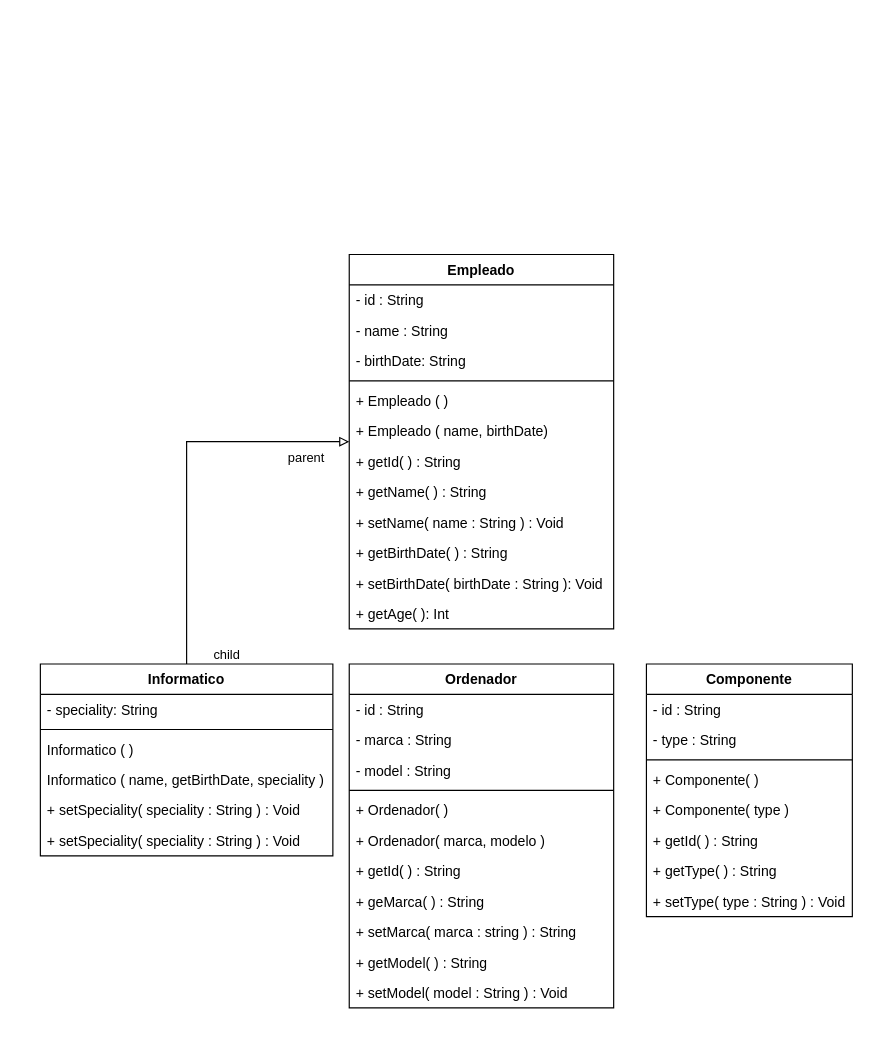
soyHiwan/DAM-Cesur keeps this draw.io diagram as PRO/03-Tarea/03-Tarea-01_1.drawio. Above is the earlier version. Source tidied: cells renumbered, new cells numbered last; positions are measured from the earlier drawing's top-left corner, leaving out a move shared by most shapes. Both pictures are drawn from the tidied source at 117%, with x=0, y=0 at pixel (40, 254).
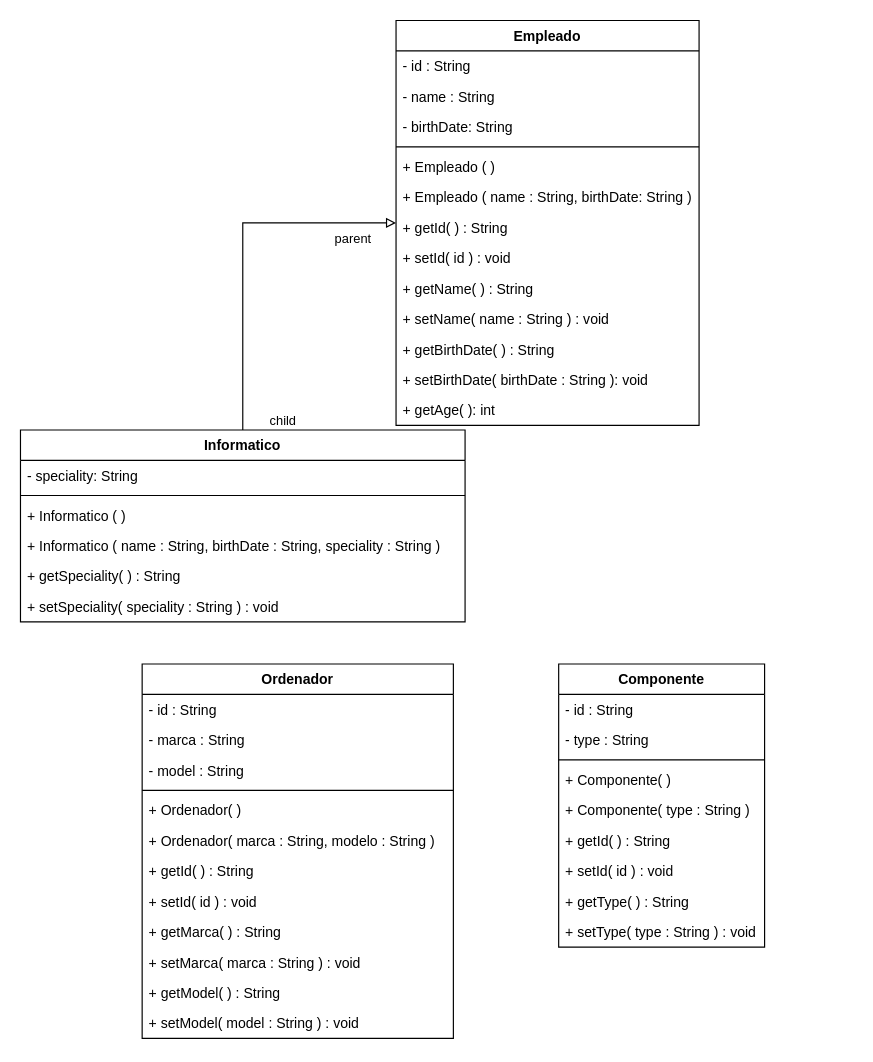
After the change.

What changed in the source:
```diff
@@
     <mxCell id="2" value="Empleado" style="swimlane;fontStyle=1;align=center;verticalAlign=top;horizontal=1;startSize=26;whiteSpace=wrap;html=1;" parent="1" vertex="1">
-      <mxGeometry x="264" width="226" height="320" as="geometry" />
+      <mxGeometry x="304" y="-200" width="259" height="346" as="geometry" />
     </mxCell>
     <mxCell id="3" value="- id : String" style="text;strokeColor=none;fillColor=none;align=left;verticalAlign=top;spacingLeft=4;spacingRight=4;overflow=hidden;whiteSpace=wrap;html=1;" parent="2" vertex="1">
-      <mxGeometry y="26" width="226" height="26" as="geometry" />
+      <mxGeometry y="26" width="259" height="26" as="geometry" />
     </mxCell>
     <mxCell id="4" value="- name : String" style="text;strokeColor=none;fillColor=none;align=left;verticalAlign=top;spacingLeft=4;spacingRight=4;overflow=hidden;whiteSpace=wrap;html=1;" parent="2" vertex="1">
-      <mxGeometry y="52" width="226" height="26" as="geometry" />
+      <mxGeometry y="52" width="259" height="26" as="geometry" />
     </mxCell>
     <mxCell id="5" value="- birthDate: String" style="text;strokeColor=none;fillColor=none;align=left;verticalAlign=top;spacingLeft=4;spacingRight=4;overflow=hidden;whiteSpace=wrap;html=1;" parent="2" vertex="1">
-      <mxGeometry y="78" width="226" height="26" as="geometry" />
+      <mxGeometry y="78" width="259" height="26" as="geometry" />
     </mxCell>
     <mxCell id="6" style="line;strokeWidth=1;fillColor=none;align=left;verticalAlign=middle;spacingTop=-1;spacingLeft=3;spacingRight=3;labelPosition=right;strokeColor=inherit;labelPerimeter=1;" parent="2" vertex="1">
-      <mxGeometry y="104" width="226" height="8" as="geometry" />
+      <mxGeometry y="104" width="259" height="8" as="geometry" />
     </mxCell>
     <mxCell id="7" value="+ Empleado ( )" style="text;strokeColor=none;fillColor=none;align=left;verticalAlign=top;spacingLeft=4;spacingRight=4;overflow=hidden;whiteSpace=wrap;html=1;" parent="2" vertex="1">
-      <mxGeometry y="112" width="226" height="26" as="geometry" />
+      <mxGeometry y="112" width="259" height="26" as="geometry" />
     </mxCell>
-    <mxCell id="8" value="+ Empleado ( name, birthDate)" style="text;strokeColor=none;fillColor=none;align=left;verticalAlign=top;spacingLeft=4;spacingRight=4;overflow=hidden;whiteSpace=wrap;html=1;" parent="2" vertex="1">
-      <mxGeometry y="138" width="226" height="26" as="geometry" />
+    <mxCell id="8" value="+ Empleado ( name : String, birthDate: String )" style="text;strokeColor=none;fillColor=none;align=left;verticalAlign=top;spacingLeft=4;spacingRight=4;overflow=hidden;whiteSpace=wrap;html=1;" parent="2" vertex="1">
+      <mxGeometry y="138" width="259" height="26" as="geometry" />
     </mxCell>
     <mxCell id="9" value="+ getId( ) : String" style="text;strokeColor=none;fillColor=none;align=left;verticalAlign=top;spacingLeft=4;spacingRight=4;overflow=hidden;whiteSpace=wrap;html=1;" parent="2" vertex="1">
-      <mxGeometry y="164" width="226" height="26" as="geometry" />
+      <mxGeometry y="164" width="259" height="26" as="geometry" />
     </mxCell>
+    <mxCell id="46" value="+ setId( id ) : void" style="text;strokeColor=none;fillColor=none;align=left;verticalAlign=top;spacingLeft=4;spacingRight=4;overflow=hidden;whiteSpace=wrap;html=1;" parent="2" vertex="1">
+      <mxGeometry y="190" width="259" height="26" as="geometry" />
+    </mxCell>
     <mxCell id="10" value="+ getName( ) : String" style="text;strokeColor=none;fillColor=none;align=left;verticalAlign=top;spacingLeft=4;spacingRight=4;overflow=hidden;whiteSpace=wrap;html=1;" parent="2" vertex="1">
-      <mxGeometry y="190" width="226" height="26" as="geometry" />
+      <mxGeometry y="216" width="259" height="26" as="geometry" />
     </mxCell>
-    <mxCell id="11" value="+ setName( name : String ) : Void" style="text;strokeColor=none;fillColor=none;align=left;verticalAlign=top;spacingLeft=4;spacingRight=4;overflow=hidden;whiteSpace=wrap;html=1;" parent="2" vertex="1">
-      <mxGeometry y="216" width="226" height="26" as="geometry" />
+    <mxCell id="11" value="+ setName( name : String ) : void" style="text;strokeColor=none;fillColor=none;align=left;verticalAlign=top;spacingLeft=4;spacingRight=4;overflow=hidden;whiteSpace=wrap;html=1;" parent="2" vertex="1">
+      <mxGeometry y="242" width="259" height="26" as="geometry" />
     </mxCell>
     <mxCell id="12" value="+ getBirthDate( ) : String" style="text;strokeColor=none;fillColor=none;align=left;verticalAlign=top;spacingLeft=4;spacingRight=4;overflow=hidden;whiteSpace=wrap;html=1;" parent="2" vertex="1">
-      <mxGeometry y="242" width="226" height="26" as="geometry" />
+      <mxGeometry y="268" width="259" height="26" as="geometry" />
     </mxCell>
-    <mxCell id="13" value="+ setBirthDate( birthDate : String ): Void" style="text;strokeColor=none;fillColor=none;align=left;verticalAlign=top;spacingLeft=4;spacingRight=4;overflow=hidden;whiteSpace=wrap;html=1;" parent="2" vertex="1">
-      <mxGeometry y="268" width="226" height="26" as="geometry" />
+    <mxCell id="13" value="+ setBirthDate( birthDate : String ): void" style="text;strokeColor=none;fillColor=none;align=left;verticalAlign=top;spacingLeft=4;spacingRight=4;overflow=hidden;whiteSpace=wrap;html=1;" parent="2" vertex="1">
+      <mxGeometry y="294" width="259" height="26" as="geometry" />
     </mxCell>
-    <mxCell id="14" value="+ getAge( ): Int" style="text;strokeColor=none;fillColor=none;align=left;verticalAlign=top;spacingLeft=4;spacingRight=4;overflow=hidden;whiteSpace=wrap;html=1;" parent="2" vertex="1">
-      <mxGeometry y="294" width="226" height="26" as="geometry" />
+    <mxCell id="14" value="+ getAge( ): int" style="text;strokeColor=none;fillColor=none;align=left;verticalAlign=top;spacingLeft=4;spacingRight=4;overflow=hidden;whiteSpace=wrap;html=1;" parent="2" vertex="1">
+      <mxGeometry y="320" width="259" height="26" as="geometry" />
     </mxCell>
     <mxCell id="15" value="Informatico" style="swimlane;fontStyle=1;align=center;verticalAlign=top;horizontal=1;startSize=26;whiteSpace=wrap;html=1;" parent="1" vertex="1">
-      <mxGeometry y="350" width="250" height="164" as="geometry" />
+      <mxGeometry x="-17" y="150" width="380" height="164" as="geometry" />
     </mxCell>
     <mxCell id="16" value="- speciality: String" style="text;strokeColor=none;fillColor=none;align=left;verticalAlign=top;spacingLeft=4;spacingRight=4;overflow=hidden;whiteSpace=wrap;html=1;" parent="15" vertex="1">
-      <mxGeometry y="26" width="250" height="26" as="geometry" />
+      <mxGeometry y="26" width="380" height="26" as="geometry" />
     </mxCell>
     <mxCell id="17" style="line;strokeWidth=1;fillColor=none;align=left;verticalAlign=middle;spacingTop=-1;spacingLeft=3;spacingRight=3;labelPosition=right;strokeColor=inherit;labelPerimeter=1;" parent="15" vertex="1">
-      <mxGeometry y="52" width="250" height="8" as="geometry" />
+      <mxGeometry y="52" width="380" height="8" as="geometry" />
     </mxCell>
-    <mxCell id="18" value="Informatico ( )" style="text;strokeColor=none;fillColor=none;align=left;verticalAlign=top;spacingLeft=4;spacingRight=4;overflow=hidden;whiteSpace=wrap;html=1;" parent="15" vertex="1">
-      <mxGeometry y="60" width="250" height="26" as="geometry" />
+    <mxCell id="18" value="+ Informatico ( )" style="text;strokeColor=none;fillColor=none;align=left;verticalAlign=top;spacingLeft=4;spacingRight=4;overflow=hidden;whiteSpace=wrap;html=1;" parent="15" vertex="1">
+      <mxGeometry y="60" width="380" height="26" as="geometry" />
     </mxCell>
-    <mxCell id="19" value="Informatico ( name, getBirthDate, speciality )" style="text;strokeColor=none;fillColor=none;align=left;verticalAlign=top;spacingLeft=4;spacingRight=4;overflow=hidden;whiteSpace=wrap;html=1;" parent="15" vertex="1">
-      <mxGeometry y="86" width="250" height="26" as="geometry" />
+    <mxCell id="19" value="+ Informatico ( name : String, birthDate : String, speciality : String )" style="text;strokeColor=none;fillColor=none;align=left;verticalAlign=top;spacingLeft=4;spacingRight=4;overflow=hidden;whiteSpace=wrap;html=1;" parent="15" vertex="1">
+      <mxGeometry y="86" width="380" height="26" as="geometry" />
     </mxCell>
-    <mxCell id="20" value="+ setSpeciality( speciality : String ) : Void" style="text;strokeColor=none;fillColor=none;align=left;verticalAlign=top;spacingLeft=4;spacingRight=4;overflow=hidden;whiteSpace=wrap;html=1;" parent="15" vertex="1">
-      <mxGeometry y="112" width="250" height="26" as="geometry" />
+    <mxCell id="20" value="+ getSpeciality( ) : String" style="text;strokeColor=none;fillColor=none;align=left;verticalAlign=top;spacingLeft=4;spacingRight=4;overflow=hidden;whiteSpace=wrap;html=1;" parent="15" vertex="1">
+      <mxGeometry y="112" width="380" height="26" as="geometry" />
     </mxCell>
-    <mxCell id="21" value="+ setSpeciality( speciality : String ) : Void" style="text;strokeColor=none;fillColor=none;align=left;verticalAlign=top;spacingLeft=4;spacingRight=4;overflow=hidden;whiteSpace=wrap;html=1;" parent="15" vertex="1">
-      <mxGeometry y="138" width="250" height="26" as="geometry" />
+    <mxCell id="21" value="+ setSpeciality( speciality : String ) : void" style="text;strokeColor=none;fillColor=none;align=left;verticalAlign=top;spacingLeft=4;spacingRight=4;overflow=hidden;whiteSpace=wrap;html=1;" parent="15" vertex="1">
+      <mxGeometry y="138" width="380" height="26" as="geometry" />
     </mxCell>
@@
     <mxCell id="25" value="Ordenador" style="swimlane;fontStyle=1;align=center;verticalAlign=top;horizontal=1;startSize=26;whiteSpace=wrap;html=1;" parent="1" vertex="1">
-      <mxGeometry x="264" y="350" width="226" height="294" as="geometry" />
+      <mxGeometry x="87" y="350" width="266" height="320" as="geometry" />
     </mxCell>
     <mxCell id="26" value="- id : String" style="text;strokeColor=none;fillColor=none;align=left;verticalAlign=top;spacingLeft=4;spacingRight=4;overflow=hidden;whiteSpace=wrap;html=1;" parent="25" vertex="1">
-      <mxGeometry y="26" width="226" height="26" as="geometry" />
+      <mxGeometry y="26" width="266" height="26" as="geometry" />
     </mxCell>
     <mxCell id="27" value="- marca : String" style="text;strokeColor=none;fillColor=none;align=left;verticalAlign=top;spacingLeft=4;spacingRight=4;overflow=hidden;whiteSpace=wrap;html=1;" parent="25" vertex="1">
-      <mxGeometry y="52" width="226" height="26" as="geometry" />
+      <mxGeometry y="52" width="266" height="26" as="geometry" />
     </mxCell>
     <mxCell id="28" value="- model : String" style="text;strokeColor=none;fillColor=none;align=left;verticalAlign=top;spacingLeft=4;spacingRight=4;overflow=hidden;whiteSpace=wrap;html=1;" parent="25" vertex="1">
-      <mxGeometry y="78" width="226" height="26" as="geometry" />
+      <mxGeometry y="78" width="266" height="26" as="geometry" />
     </mxCell>
     <mxCell id="29" style="line;strokeWidth=1;fillColor=none;align=left;verticalAlign=middle;spacingTop=-1;spacingLeft=3;spacingRight=3;labelPosition=right;strokeColor=inherit;labelPerimeter=1;" parent="25" vertex="1">
-      <mxGeometry y="104" width="226" height="8" as="geometry" />
+      <mxGeometry y="104" width="266" height="8" as="geometry" />
     </mxCell>
     <mxCell id="30" value="+ Ordenador( )" style="text;strokeColor=none;fillColor=none;align=left;verticalAlign=top;spacingLeft=4;spacingRight=4;overflow=hidden;whiteSpace=wrap;html=1;" parent="25" vertex="1">
-      <mxGeometry y="112" width="226" height="26" as="geometry" />
+      <mxGeometry y="112" width="266" height="26" as="geometry" />
     </mxCell>
-    <mxCell id="31" value="+ Ordenador( marca, modelo )" style="text;strokeColor=none;fillColor=none;align=left;verticalAlign=top;spacingLeft=4;spacingRight=4;overflow=hidden;whiteSpace=wrap;html=1;" parent="25" vertex="1">
-      <mxGeometry y="138" width="226" height="26" as="geometry" />
+    <mxCell id="31" value="+ Ordenador( marca : String, modelo : String )" style="text;strokeColor=none;fillColor=none;align=left;verticalAlign=top;spacingLeft=4;spacingRight=4;overflow=hidden;whiteSpace=wrap;html=1;" parent="25" vertex="1">
+      <mxGeometry y="138" width="266" height="26" as="geometry" />
     </mxCell>
     <mxCell id="32" value="+ getId( ) : String" style="text;strokeColor=none;fillColor=none;align=left;verticalAlign=top;spacingLeft=4;spacingRight=4;overflow=hidden;whiteSpace=wrap;html=1;" parent="25" vertex="1">
-      <mxGeometry y="164" width="226" height="26" as="geometry" />
+      <mxGeometry y="164" width="266" height="26" as="geometry" />
     </mxCell>
+    <mxCell id="47" value="+ setId( id ) : void" style="text;strokeColor=none;fillColor=none;align=left;verticalAlign=top;spacingLeft=4;spacingRight=4;overflow=hidden;whiteSpace=wrap;html=1;" parent="25" vertex="1">
+      <mxGeometry y="190" width="266" height="26" as="geometry" />
+    </mxCell>
-    <mxCell id="33" value="+ geMarca( ) : String" style="text;strokeColor=none;fillColor=none;align=left;verticalAlign=top;spacingLeft=4;spacingRight=4;overflow=hidden;whiteSpace=wrap;html=1;" parent="25" vertex="1">
-      <mxGeometry y="190" width="226" height="26" as="geometry" />
+    <mxCell id="33" value="+ getMarca( ) : String" style="text;strokeColor=none;fillColor=none;align=left;verticalAlign=top;spacingLeft=4;spacingRight=4;overflow=hidden;whiteSpace=wrap;html=1;" parent="25" vertex="1">
+      <mxGeometry y="216" width="266" height="26" as="geometry" />
     </mxCell>
-    <mxCell id="34" value="+ setMarca( marca : string ) : String" style="text;strokeColor=none;fillColor=none;align=left;verticalAlign=top;spacingLeft=4;spacingRight=4;overflow=hidden;whiteSpace=wrap;html=1;" parent="25" vertex="1">
-      <mxGeometry y="216" width="226" height="26" as="geometry" />
+    <mxCell id="34" value="+ setMarca( marca : String ) : void" style="text;strokeColor=none;fillColor=none;align=left;verticalAlign=top;spacingLeft=4;spacingRight=4;overflow=hidden;whiteSpace=wrap;html=1;" parent="25" vertex="1">
+      <mxGeometry y="242" width="266" height="26" as="geometry" />
     </mxCell>
     <mxCell id="35" value="+ getModel( ) : String" style="text;strokeColor=none;fillColor=none;align=left;verticalAlign=top;spacingLeft=4;spacingRight=4;overflow=hidden;whiteSpace=wrap;html=1;" parent="25" vertex="1">
-      <mxGeometry y="242" width="226" height="26" as="geometry" />
+      <mxGeometry y="268" width="266" height="26" as="geometry" />
     </mxCell>
-    <mxCell id="36" value="+ setModel( model : String ) : Void" style="text;strokeColor=none;fillColor=none;align=left;verticalAlign=top;spacingLeft=4;spacingRight=4;overflow=hidden;whiteSpace=wrap;html=1;" parent="25" vertex="1">
-      <mxGeometry y="268" width="226" height="26" as="geometry" />
+    <mxCell id="36" value="+ setModel( model : String ) : void" style="text;strokeColor=none;fillColor=none;align=left;verticalAlign=top;spacingLeft=4;spacingRight=4;overflow=hidden;whiteSpace=wrap;html=1;" parent="25" vertex="1">
+      <mxGeometry y="294" width="266" height="26" as="geometry" />
     </mxCell>
     <mxCell id="37" value="Componente" style="swimlane;fontStyle=1;align=center;verticalAlign=top;horizontal=1;startSize=26;whiteSpace=wrap;html=1;" parent="1" vertex="1">
-      <mxGeometry x="518" y="350" width="176" height="216" as="geometry" />
+      <mxGeometry x="443" y="350" width="176" height="242" as="geometry" />
     </mxCell>
@@
-    <mxCell id="42" value="+ Componente( type )" style="text;strokeColor=none;fillColor=none;align=left;verticalAlign=top;spacingLeft=4;spacingRight=4;overflow=hidden;whiteSpace=wrap;html=1;" parent="37" vertex="1">
+    <mxCell id="42" value="+ Componente( type : String )" style="text;strokeColor=none;fillColor=none;align=left;verticalAlign=top;spacingLeft=4;spacingRight=4;overflow=hidden;whiteSpace=wrap;html=1;" parent="37" vertex="1">
       <mxGeometry y="112" width="176" height="26" as="geometry" />
     </mxCell>
@@
+    <mxCell id="48" value="+ setId( id ) : void" style="text;strokeColor=none;fillColor=none;align=left;verticalAlign=top;spacingLeft=4;spacingRight=4;overflow=hidden;whiteSpace=wrap;html=1;" parent="37" vertex="1">
+      <mxGeometry y="164" width="176" height="26" as="geometry" />
+    </mxCell>
     <mxCell id="44" value="+ getType( ) : String" style="text;strokeColor=none;fillColor=none;align=left;verticalAlign=top;spacingLeft=4;spacingRight=4;overflow=hidden;whiteSpace=wrap;html=1;" parent="37" vertex="1">
-      <mxGeometry y="164" width="176" height="26" as="geometry" />
+      <mxGeometry y="190" width="176" height="26" as="geometry" />
     </mxCell>
-    <mxCell id="45" value="+ setType( type : String ) : Void" style="text;strokeColor=none;fillColor=none;align=left;verticalAlign=top;spacingLeft=4;spacingRight=4;overflow=hidden;whiteSpace=wrap;html=1;" parent="37" vertex="1">
-      <mxGeometry y="190" width="176" height="26" as="geometry" />
+    <mxCell id="45" value="+ setType( type : String ) : void" style="text;strokeColor=none;fillColor=none;align=left;verticalAlign=top;spacingLeft=4;spacingRight=4;overflow=hidden;whiteSpace=wrap;html=1;" parent="37" vertex="1">
+      <mxGeometry y="216" width="176" height="26" as="geometry" />
     </mxCell>
```
